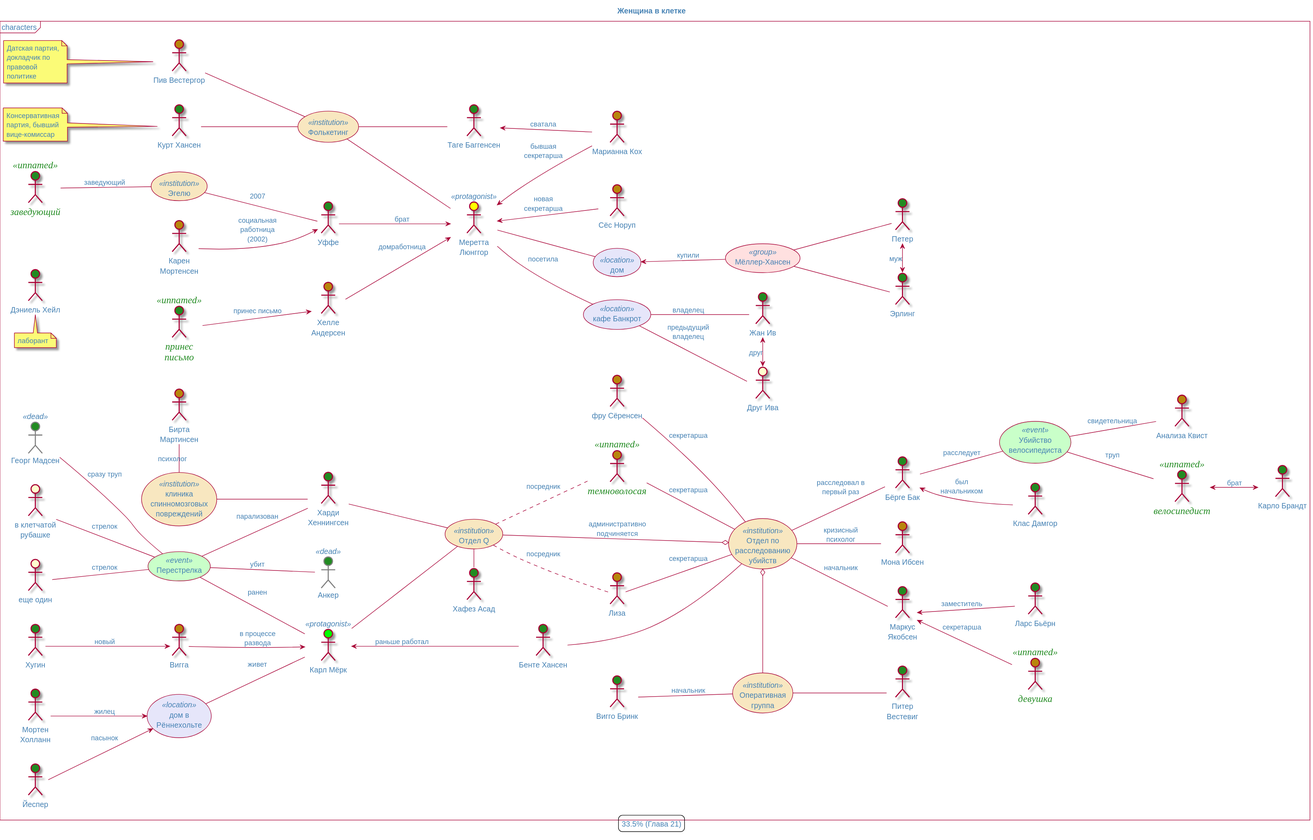
The PlantUML diagram adler-olsen/caged_woman-__.svg in olek3/reading, before a commit.
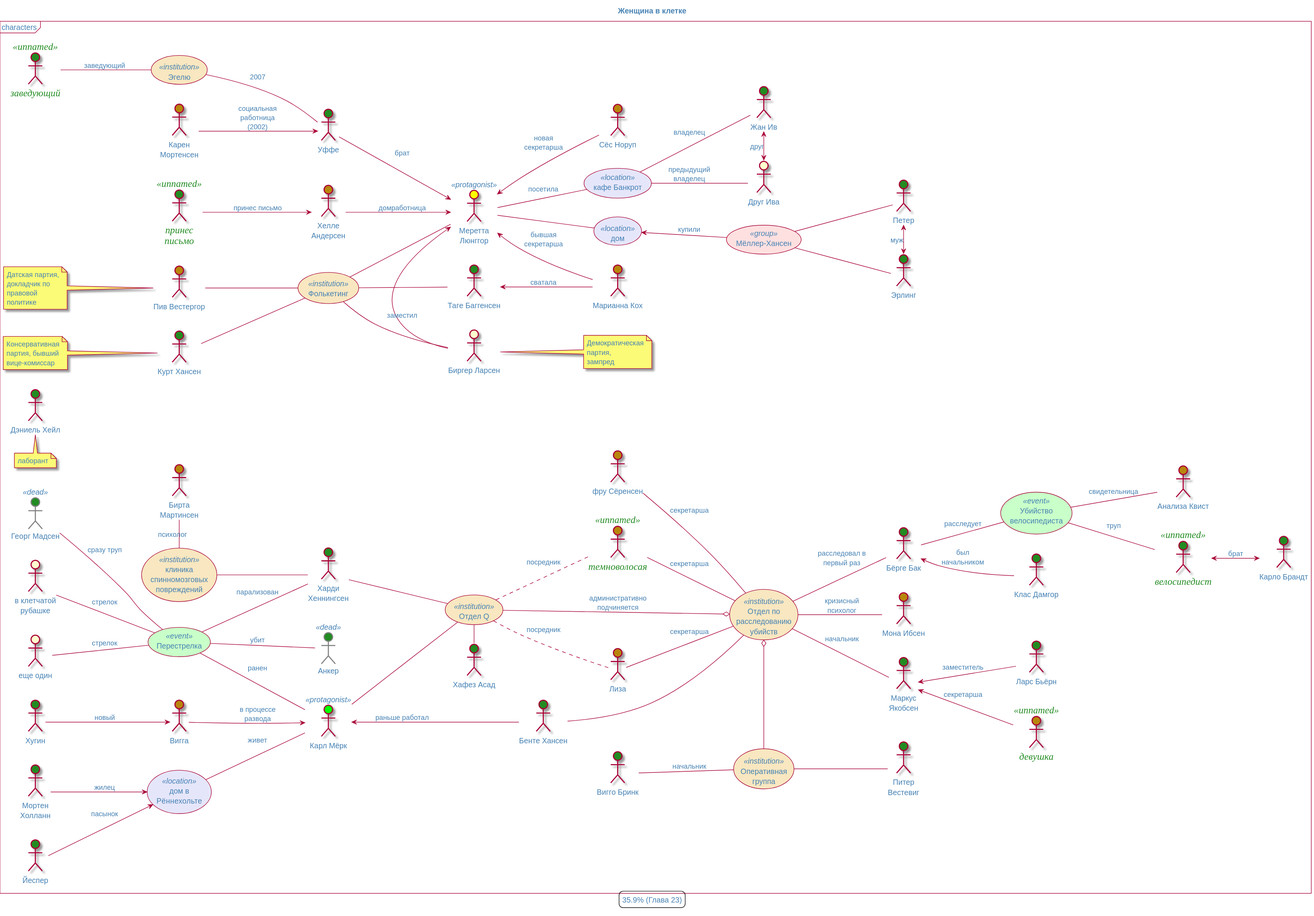
The same file after the commit.

Commit message:
35.9% (Глава 23) Биргер Ларсен

Diff of the diagram source:
```diff
@@ -8,7 +8,7 @@
 
 title Женщина в клетке
 mainframe characters
-legend : 33.5% (Глава 21)
+legend : 35.9% (Глава 23)
 
 :Меретта Люнггор: as caged  $female_protagonist
 
@@ -213,4 +213,10 @@
 
 :в клетчатой рубашке: -- shooting : стрелок
 :еще один: -- shooting : стрелок
+
+:Биргер Ларсен: as birger $mali
+volketing -- birger
+note right : Демократическая партия, зампред
+
+caged <- birger : заместил
 @enduml
```
